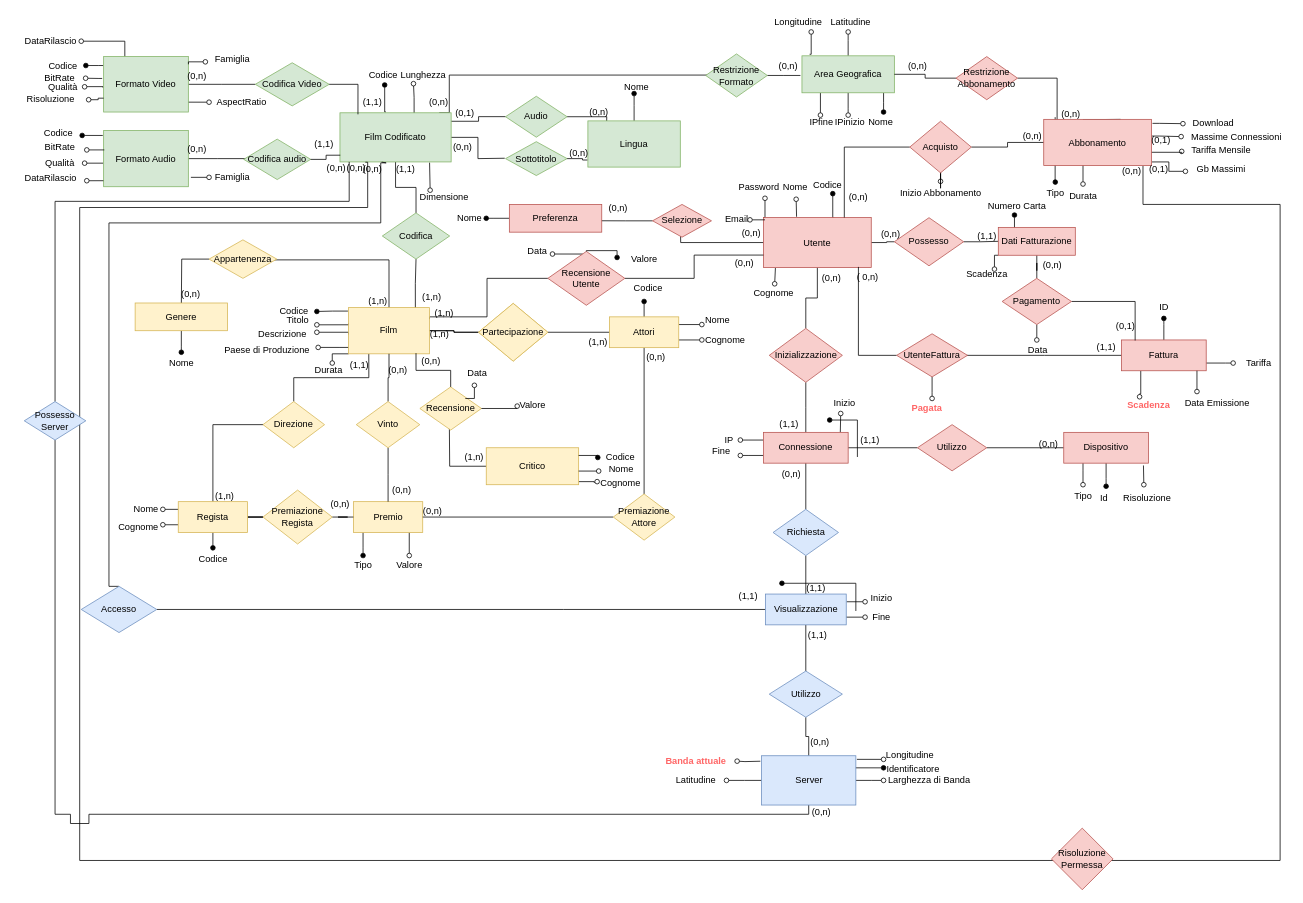
LGranucci/FilmSphere keeps this draw.io diagram as ER ristrutturato final(2).drawio. Above is the earlier version. Source tidied: cells renumbered, new cells numbered last; positions are measured from the earlier drawing's top-left corner, leaving out a move shared by most shapes. Both pictures are drawn from the tidied source at 77%, with x=0, y=0 at pixel (13, 13).
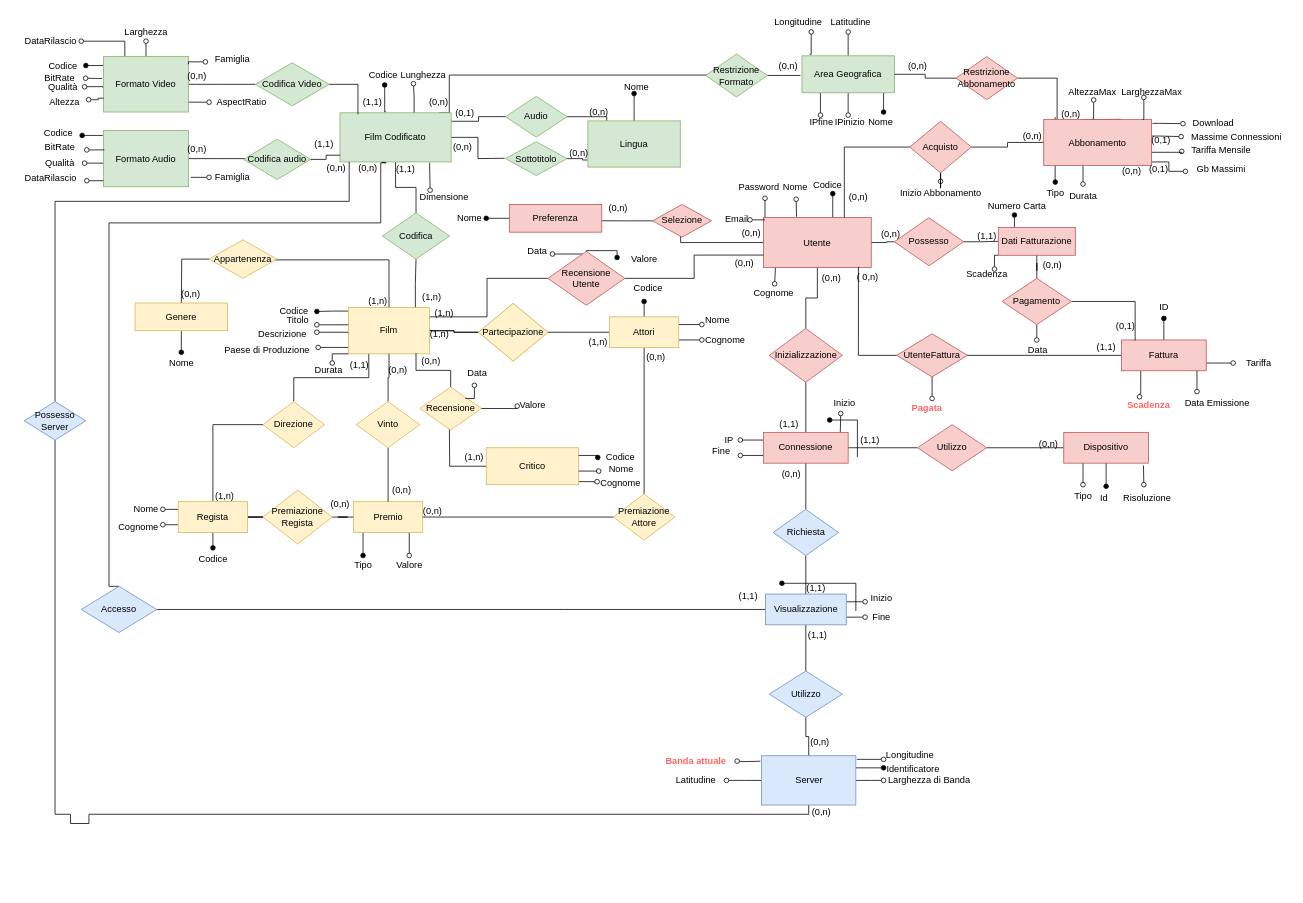
The same diagram, later.

Unchanged cells that the change refers to:
```xml
<mxCell id="47" value="Film Codificato" style="rounded=0;whiteSpace=wrap;html=1;fillColor=#d5e8d4;strokeColor=#82b366;" parent="1" vertex="1">
  <mxGeometry x="424" y="129" width="144.4" height="63.8" as="geometry" />
</mxCell>
<mxCell id="58" value="Formato Video" style="rounded=0;whiteSpace=wrap;html=1;fillColor=#d5e8d4;strokeColor=#82b366;" parent="1" vertex="1">
  <mxGeometry x="117.1" y="56" width="110" height="72" as="geometry" />
</mxCell>
```

Change to the diagram source:
```diff
@@
+    <mxCell id="314" style="edgeStyle=orthogonalEdgeStyle;rounded=0;jettySize=auto;html=1;endArrow=oval;endFill=0;" parent="1" edge="1" source="58">
+      <mxGeometry relative="1" as="geometry">
+        <mxPoint x="172.1" y="36" as="targetPoint" />
+      </mxGeometry>
+    </mxCell>
@@
-    <mxCell id="78" style="edgeStyle=orthogonalEdgeStyle;rounded=0;jettySize=auto;html=1;exitX=0.928;exitY=1.009;exitDx=0;exitDy=0;exitPerimeter=0;entryX=0.228;entryY=1.006;entryDx=0;entryDy=0;entryPerimeter=0;endArrow=none;endFill=0;" parent="1" edge="1" target="47">
-      <mxGeometry relative="1" as="geometry">
-        <mxPoint x="1466.9" y="198" as="sourcePoint" />
-        <Array as="points">
-          <mxPoint x="1467" y="248" />
-          <mxPoint x="1645" y="248" />
-          <mxPoint x="1645" y="1100" />
-          <mxPoint x="86" y="1100" />
-          <mxPoint x="86" y="252" />
-          <mxPoint x="460" y="252" />
-          <mxPoint x="460" y="193" />
-        </Array>
-      </mxGeometry>
-    </mxCell>
@@
     <mxCell id="160" value="(0,n)" style="text;html=1;align=center;verticalAlign=middle;strokeColor=none;fillColor=none;" parent="1" vertex="1">
-      <mxGeometry x="420" y="185.8" width="50" height="30" as="geometry" />
+      <mxGeometry x="435.2" y="185.8" width="50" height="30" as="geometry" />
     </mxCell>
@@
-    <mxCell id="226" value="Risoluzione" style="text;html=1;align=center;verticalAlign=middle;points=[];strokeColor=none;fillColor=none;" parent="1" vertex="1">
-      <mxGeometry y="99" width="96" height="24" as="geometry" />
-    </mxCell>
-    <mxCell id="227" style="edgeStyle=orthogonalEdgeStyle;rounded=0;jettySize=auto;html=1;entryX=1.017;entryY=0.542;entryDx=0;entryDy=0;entryPerimeter=0;exitX=0;exitY=0.75;exitDx=0;exitDy=0;endArrow=oval;endFill=0;" parent="1" edge="1" source="58" target="226">
+    <mxCell id="227" style="edgeStyle=orthogonalEdgeStyle;rounded=0;jettySize=auto;html=1;entryX=1.017;entryY=0.542;entryDx=0;entryDy=0;entryPerimeter=0;exitX=0;exitY=0.75;exitDx=0;exitDy=0;endArrow=oval;endFill=0;" parent="1" edge="1" source="58">
       <mxGeometry relative="1" as="geometry">
+        <mxPoint x="97.6" y="112" as="targetPoint" />
         <Array as="points">
           <mxPoint x="110" y="110" />
           <mxPoint x="110" y="112" />
         </Array>
       </mxGeometry>
     </mxCell>
@@
-    <mxCell id="290" value="Risoluzione Permessa" style="rhombus;whiteSpace=wrap;html=1;fillColor=#f8cecc;strokeColor=#b85450;" parent="1" vertex="1">
-      <mxGeometry x="1348" y="1058" width="80" height="80" as="geometry" />
-    </mxCell>
@@
-    <mxCell id="312" value="(0,n)" style="text;html=1;align=center;verticalAlign=middle;strokeColor=none;fillColor=none;" parent="1" vertex="1">
-      <mxGeometry x="441.5" y="190" width="48" height="24" as="geometry" />
-    </mxCell>
@@
+    <mxCell id="315" value="Altezza" style="text;html=1;align=center;verticalAlign=middle;strokeColor=none;fillColor=none;" parent="1" vertex="1">
+      <mxGeometry x="36" y="103" width="60" height="24" as="geometry" />
+    </mxCell>
+    <mxCell id="316" value="Larghezza" style="text;html=1;align=center;verticalAlign=middle;strokeColor=none;fillColor=none;" parent="1" vertex="1">
+      <mxGeometry x="130.1" y="12" width="84" height="24" as="geometry" />
+    </mxCell>
+    <mxCell id="317" style="edgeStyle=orthogonalEdgeStyle;rounded=0;jettySize=auto;html=1;exitX=0.182;exitY=0.135;exitDx=0;exitDy=0;exitPerimeter=0;entryX=0.522;entryY=0.949;entryDx=0;entryDy=0;entryPerimeter=0;endArrow=oval;endFill=0;" parent="1" edge="1" target="319">
+      <mxGeometry relative="1" as="geometry">
+        <mxPoint x="1401.5" y="136.9" as="sourcePoint" />
+      </mxGeometry>
+    </mxCell>
+    <mxCell id="318" style="edgeStyle=orthogonalEdgeStyle;rounded=0;orthogonalLoop=1;jettySize=auto;html=1;exitX=1;exitY=0;exitDx=0;exitDy=0;endArrow=oval;endFill=0;" parent="1" edge="1">
+      <mxGeometry relative="1" as="geometry">
+        <mxPoint x="1466.4" y="137.5" as="sourcePoint" />
+        <mxPoint x="1468" y="109" as="targetPoint" />
+      </mxGeometry>
+    </mxCell>
+    <mxCell id="319" value="AltezzaMax" style="text;html=1;align=center;verticalAlign=middle;points=[];strokeColor=none;fillColor=none;" parent="1" vertex="1">
+      <mxGeometry x="1359" y="89.5" width="84" height="24" as="geometry" />
+    </mxCell>
+    <mxCell id="320" value="LarghezzaMax" style="text;html=1;align=center;verticalAlign=middle;strokeColor=none;fillColor=none;" parent="1" vertex="1">
+      <mxGeometry x="1424" y="89.5" width="108" height="24" as="geometry" />
+    </mxCell>
```
